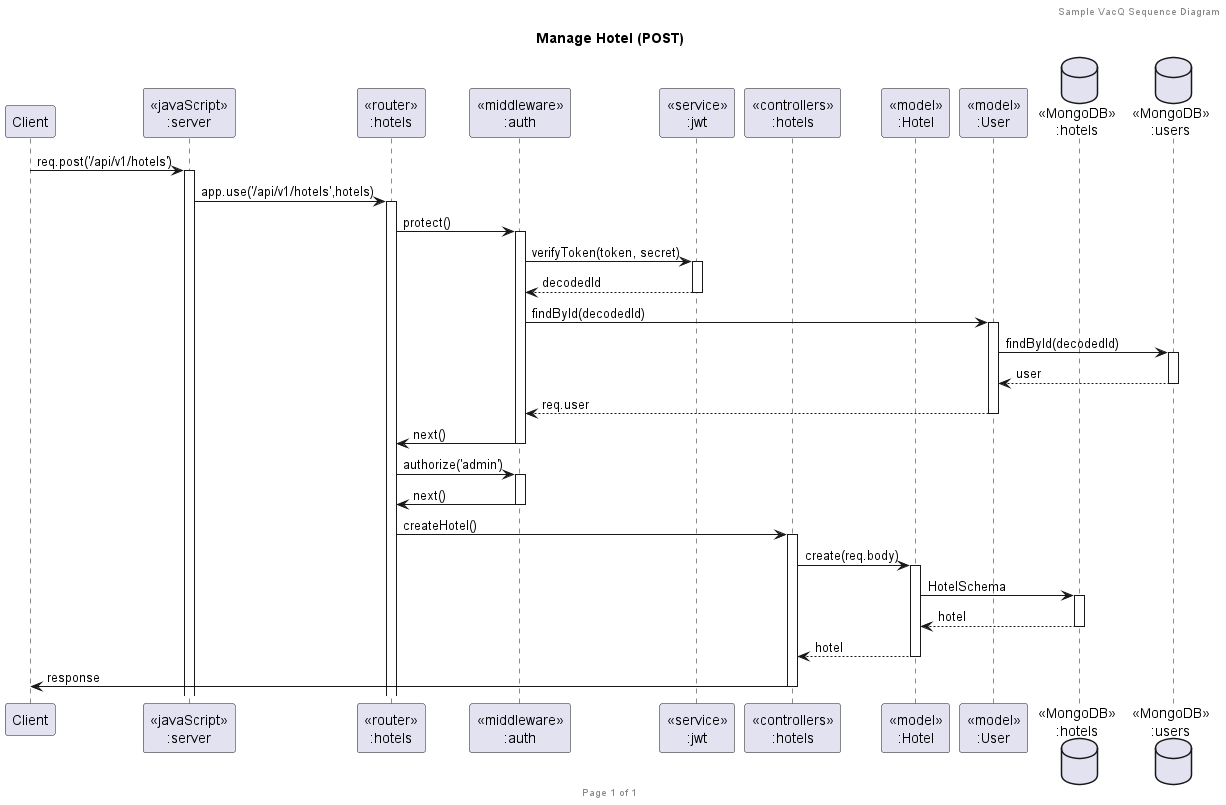
This is diagram/sequence/hotels/hotelPOST/Manage Hotel (POST).png from n0n7/SWDev_Final, a PlantUML export, as it was before one commit.
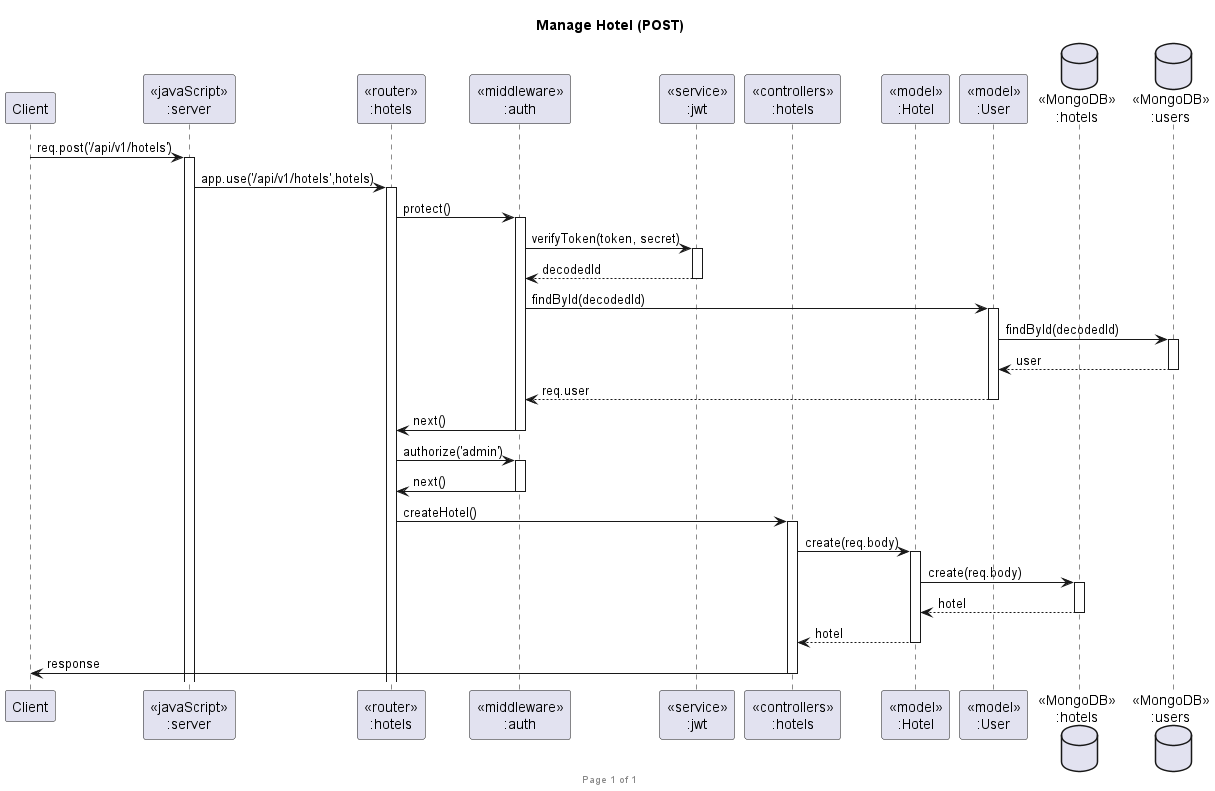
The same file after the commit.

The edit, as a diff of the source:
```diff
@@ -1,6 +1,5 @@
 @startuml Manage Hotel (POST)
 
-header Sample VacQ Sequence Diagram
 footer Page %page% of %lastpage%
 title "Manage Hotel (POST)"
 
@@ -33,7 +32,7 @@
 
 routerHotels -> controllersHotels ++:createHotel()
 controllersHotels->modelHotel ++:create(req.body)
-modelHotel ->HotelsDatabase ++: HotelSchema
+modelHotel ->HotelsDatabase ++: create(req.body)
 HotelsDatabase --> modelHotel --: hotel
 controllersHotels <-- modelHotel --:hotel
 controllersHotels->client --:response
```
